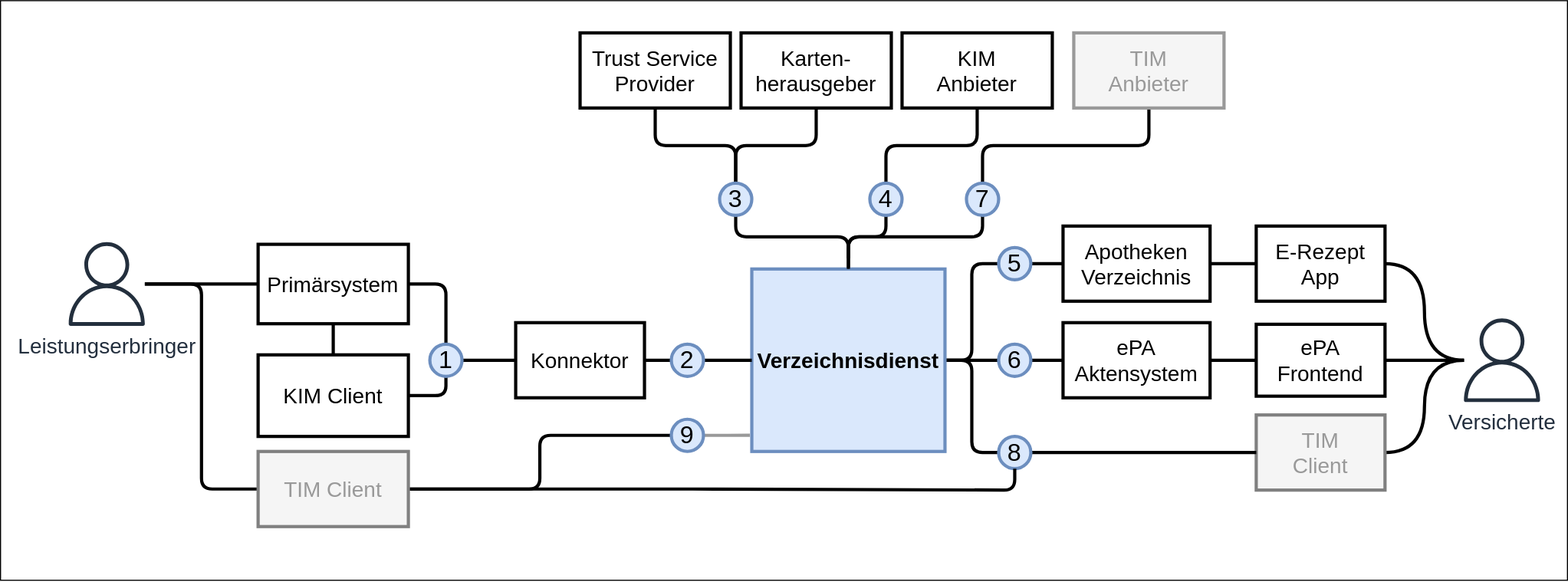
Above: images/VZD_Systemkontext.svg in gematik/api-vzd (draw.io), before the change. Source tidied: cells renumbered, new cells last; positions are measured from the earlier drawing's top-left corner, leaving out a move shared by most shapes.
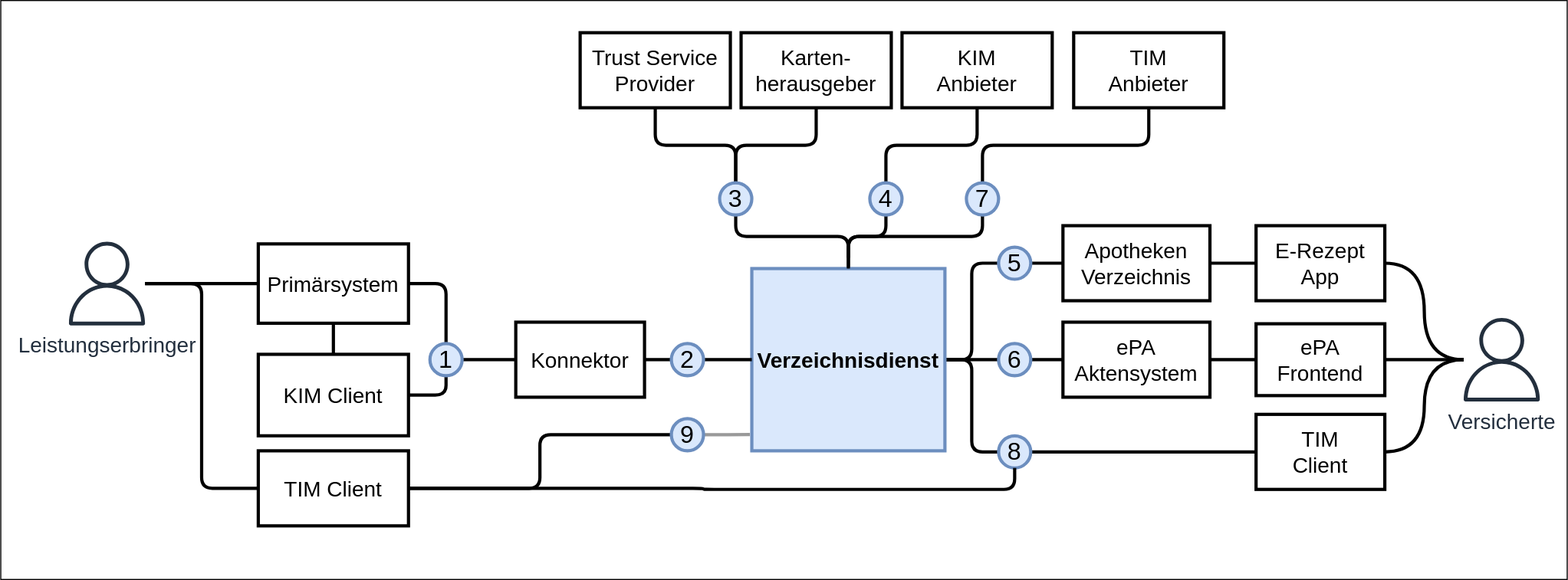
Above is the later version.

Diff of the diagram source:
```diff
@@ -141,7 +141,7 @@
     <mxCell id="44" value="KIM&lt;br style=&quot;font-size: 20px&quot;&gt;Anbieter" style="rounded=0;whiteSpace=wrap;html=1;strokeWidth=3;fontSize=20;fontStyle=0;" parent="1" vertex="1">
       <mxGeometry x="840" y="30" width="140" height="70" as="geometry" />
     </mxCell>
-    <mxCell id="45" value="TIM&lt;br&gt;Client" style="rounded=0;whiteSpace=wrap;html=1;fontSize=20;strokeWidth=3;fontStyle=0;fillColor=#f5f5f5;strokeColor=#808080;fontColor=#999999;" parent="1" vertex="1">
+    <mxCell id="45" value="TIM&lt;br&gt;Client" style="rounded=0;whiteSpace=wrap;html=1;fontSize=20;strokeWidth=3;fontStyle=0;" parent="1" vertex="1">
       <mxGeometry x="1170" y="386" width="120" height="70" as="geometry" />
     </mxCell>
     <mxCell id="46" style="edgeStyle=orthogonalEdgeStyle;rounded=0;jettySize=auto;html=1;exitX=1;exitY=0.5;exitDx=0;exitDy=0;entryX=0;entryY=0.5;entryDx=0;entryDy=0;fontSize=23;fontColor=#999999;endArrow=none;endFill=0;strokeColor=#000000;strokeWidth=3;" parent="1" edge="1" source="47" target="45">
@@ -156,7 +156,7 @@
     <mxCell id="49" style="edgeStyle=orthogonalEdgeStyle;rounded=1;jettySize=auto;html=1;entryX=0;entryY=0.5;entryDx=0;entryDy=0;fontSize=23;fontColor=#999999;endArrow=none;endFill=0;strokeColor=#000000;strokeWidth=3;" parent="1" edge="1" source="50" target="52">
       <mxGeometry relative="1" as="geometry" />
     </mxCell>
-    <mxCell id="50" value="TIM Client" style="rounded=0;whiteSpace=wrap;html=1;fontSize=20;strokeWidth=3;fontStyle=0;fillColor=#f5f5f5;strokeColor=#808080;fontColor=#999999;" parent="1" vertex="1">
+    <mxCell id="50" value="TIM Client" style="rounded=0;whiteSpace=wrap;html=1;fontSize=20;strokeWidth=3;fontStyle=0;" parent="1" vertex="1">
       <mxGeometry x="240" y="420" width="140" height="70" as="geometry" />
     </mxCell>
     <mxCell id="51" style="edgeStyle=orthogonalEdgeStyle;rounded=0;jettySize=auto;html=1;fontSize=23;fontColor=#999999;endArrow=none;endFill=0;strokeColor=#999999;strokeWidth=3;entryX=-0.01;entryY=0.911;entryDx=0;entryDy=0;entryPerimeter=0;" parent="1" edge="1" source="52" target="7">
@@ -168,7 +168,7 @@
     <mxCell id="53" style="edgeStyle=orthogonalEdgeStyle;rounded=1;jettySize=auto;html=1;exitX=0.5;exitY=1;exitDx=0;exitDy=0;entryX=0.5;entryY=0;entryDx=0;entryDy=0;fontSize=23;fontColor=#999999;endArrow=none;endFill=0;strokeColor=#000000;strokeWidth=3;" parent="1" edge="1" source="54" target="56">
       <mxGeometry relative="1" as="geometry" />
     </mxCell>
-    <mxCell id="54" value="TIM&lt;br&gt;Anbieter" style="rounded=0;whiteSpace=wrap;html=1;strokeWidth=3;fontSize=20;fontStyle=0;fillColor=#f5f5f5;strokeColor=#999999;fontColor=#999999;" parent="1" vertex="1">
+    <mxCell id="54" value="TIM&lt;br&gt;Anbieter" style="rounded=0;whiteSpace=wrap;html=1;strokeWidth=3;fontSize=20;fontStyle=0;" parent="1" vertex="1">
       <mxGeometry x="1000" y="30" width="140" height="70" as="geometry" />
     </mxCell>
     <mxCell id="55" style="edgeStyle=orthogonalEdgeStyle;rounded=1;jettySize=auto;html=1;exitX=0.5;exitY=1;exitDx=0;exitDy=0;fontSize=23;fontColor=#999999;endArrow=none;endFill=0;strokeColor=#000000;strokeWidth=3;" parent="1" edge="1" source="56">
```
